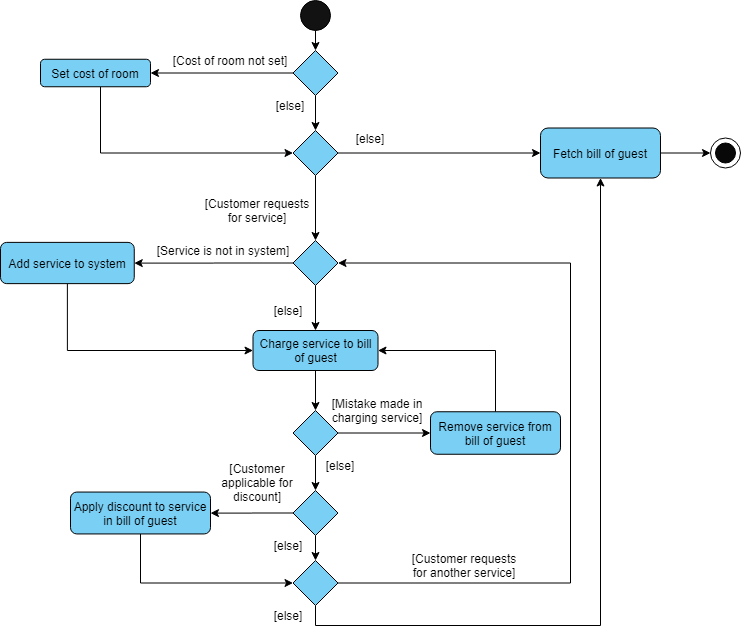
AY1920S2-CS2103T-W13-2/main keeps this draw.io diagram as images/BillingActivityDiagram.png. Above is the earlier version. Source tidied: cells renumbered, new cells last; positions are measured from the earlier drawing's top-left corner, leaving out a move shared by most shapes.
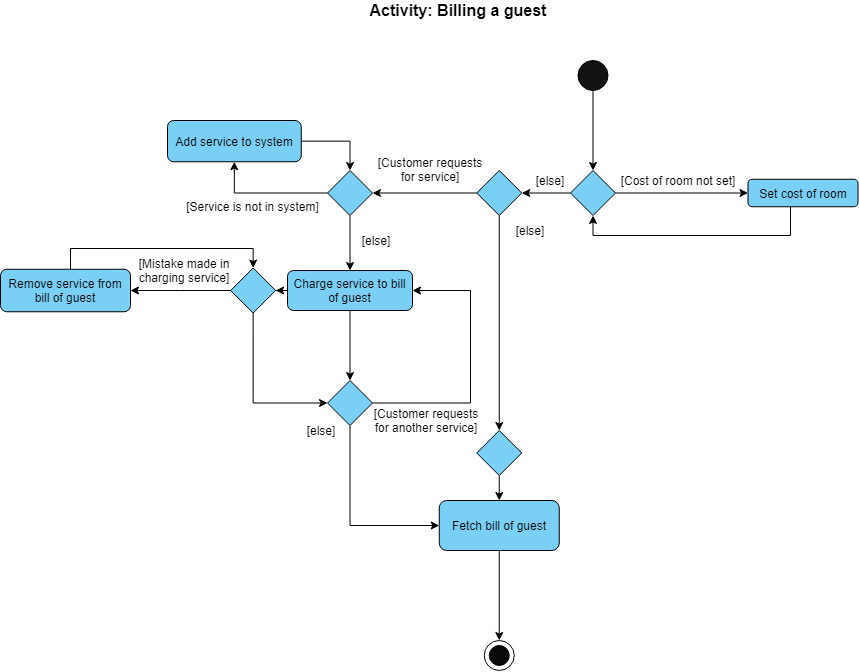
The same file after the commit.

Diff of the diagram source:
```diff
@@ -2,159 +2,153 @@
   <root>
     <mxCell id="0" style="html=1;" />
     <mxCell id="1" style="html=1;" parent="0" />
-    <mxCell id="2" style="edgeStyle=orthogonalEdgeStyle;rounded=0;jettySize=auto;html=1;exitX=0.5;exitY=1;exitDx=0;exitDy=0;entryX=0.5;entryY=0;entryDx=0;entryDy=0;" parent="1" edge="1" source="3" target="6">
+    <mxCell id="2" style="edgeStyle=orthogonalEdgeStyle;rounded=0;jettySize=auto;html=1;" parent="1" edge="1" source="3" target="6">
       <mxGeometry relative="1" as="geometry" />
     </mxCell>
     <mxCell id="3" style="ellipse;whiteSpace=wrap;html=1;fillColor=#121212;" parent="1" vertex="1">
-      <mxGeometry x="300" width="30" height="30" as="geometry" />
+      <mxGeometry x="1017.5" y="90" width="30" height="30" as="geometry" />
     </mxCell>
-    <mxCell id="4" style="edgeStyle=orthogonalEdgeStyle;rounded=0;jettySize=auto;html=1;exitX=0;exitY=0.5;exitDx=0;exitDy=0;entryX=1;entryY=0.5;entryDx=0;entryDy=0;" parent="1" edge="1" source="6" target="8">
+    <mxCell id="4" style="edgeStyle=orthogonalEdgeStyle;rounded=0;jettySize=auto;html=1;exitX=1;exitY=0.5;exitDx=0;exitDy=0;entryX=0;entryY=0.5;entryDx=0;entryDy=0;" parent="1" edge="1" source="6" target="8">
       <mxGeometry relative="1" as="geometry" />
     </mxCell>
-    <mxCell id="5" style="edgeStyle=orthogonalEdgeStyle;rounded=0;jettySize=auto;html=1;exitX=0.5;exitY=1;exitDx=0;exitDy=0;" parent="1" edge="1" source="6" target="11">
+    <mxCell id="5" style="edgeStyle=orthogonalEdgeStyle;rounded=0;jettySize=auto;html=1;entryX=1;entryY=0.5;entryDx=0;entryDy=0;" parent="1" edge="1" source="6" target="11">
       <mxGeometry relative="1" as="geometry" />
     </mxCell>
     <mxCell id="6" style="rhombus;whiteSpace=wrap;html=1;fillColor=#7acff5;" parent="1" vertex="1">
-      <mxGeometry x="292.5" y="50" width="45" height="45" as="geometry" />
+      <mxGeometry x="1010" y="200" width="45" height="45" as="geometry" />
     </mxCell>
-    <mxCell id="7" style="edgeStyle=orthogonalEdgeStyle;rounded=0;jettySize=auto;html=1;entryX=0;entryY=0.5;entryDx=0;entryDy=0;" parent="1" edge="1" source="8" target="11">
-      <mxGeometry relative="1" as="geometry">
-        <Array as="points">
-          <mxPoint x="100" y="153" />
-        </Array>
-      </mxGeometry>
-    </mxCell>
+    <mxCell id="49" style="edgeStyle=orthogonalEdgeStyle;rounded=0;jettySize=auto;html=1;entryX=0.5;entryY=1;entryDx=0;entryDy=0;" parent="1" edge="1" source="8" target="6">
+      <mxGeometry relative="1" as="geometry">
+        <Array as="points">
+          <mxPoint x="1230" y="265" />
+          <mxPoint x="1033" y="265" />
+        </Array>
+      </mxGeometry>
+    </mxCell>
     <mxCell id="8" value="Set cost of room" style="rounded=1;whiteSpace=wrap;html=1;fillColor=#7acff5;" parent="1" vertex="1">
-      <mxGeometry x="40" y="58.8" width="110" height="27.5" as="geometry" />
+      <mxGeometry x="1187.5" y="208.8" width="110" height="27.5" as="geometry" />
     </mxCell>
-    <mxCell id="9" style="edgeStyle=orthogonalEdgeStyle;rounded=0;jettySize=auto;html=1;exitX=0.5;exitY=1;exitDx=0;exitDy=0;entryX=0.5;entryY=0;entryDx=0;entryDy=0;" parent="1" edge="1" source="11" target="17">
+    <mxCell id="9" style="edgeStyle=orthogonalEdgeStyle;rounded=0;jettySize=auto;html=1;exitX=0;exitY=0.5;exitDx=0;exitDy=0;entryX=1;entryY=0.5;entryDx=0;entryDy=0;" parent="1" edge="1" source="11" target="17">
       <mxGeometry relative="1" as="geometry" />
     </mxCell>
-    <mxCell id="10" style="edgeStyle=orthogonalEdgeStyle;rounded=0;jettySize=auto;html=1;exitX=1;exitY=0.5;exitDx=0;exitDy=0;entryX=0;entryY=0.5;entryDx=0;entryDy=0;" parent="1" edge="1" source="11" target="19">
-      <mxGeometry relative="1" as="geometry" />
-    </mxCell>
+    <mxCell id="50" style="edgeStyle=orthogonalEdgeStyle;rounded=0;jettySize=auto;html=1;exitX=0.5;exitY=1;exitDx=0;exitDy=0;entryX=0.5;entryY=0;entryDx=0;entryDy=0;" parent="1" edge="1" source="11" target="57">
+      <mxGeometry relative="1" as="geometry" />
+    </mxCell>
     <mxCell id="11" style="rhombus;whiteSpace=wrap;html=1;fillColor=#7acff5;" parent="1" vertex="1">
-      <mxGeometry x="292.5" y="130" width="45" height="45" as="geometry" />
+      <mxGeometry x="916.2" y="200" width="45" height="45" as="geometry" />
     </mxCell>
     <mxCell id="12" value="[Cost of room not set]" style="text;html=1;strokeColor=none;fillColor=none;align=center;verticalAlign=middle;whiteSpace=wrap;rounded=0;" parent="1" vertex="1">
-      <mxGeometry x="160" y="50" width="140" height="20" as="geometry" />
+      <mxGeometry x="1047.5" y="200" width="140" height="20" as="geometry" />
     </mxCell>
     <mxCell id="13" value="[else]" style="text;html=1;strokeColor=none;fillColor=none;align=center;verticalAlign=middle;whiteSpace=wrap;rounded=0;" parent="1" vertex="1">
-      <mxGeometry x="270" y="95" width="40" height="20" as="geometry" />
+      <mxGeometry x="970" y="200" width="40" height="20" as="geometry" />
     </mxCell>
     <mxCell id="14" style="edgeStyle=orthogonalEdgeStyle;rounded=0;orthogonalLoop=1;jettySize=auto;html=1;exitX=0.5;exitY=1;exitDx=0;exitDy=0;" parent="1" edge="1" source="12" target="12">
       <mxGeometry relative="1" as="geometry" />
     </mxCell>
-    <mxCell id="15" style="edgeStyle=orthogonalEdgeStyle;rounded=0;jettySize=auto;html=1;exitX=0;exitY=0.5;exitDx=0;exitDy=0;" parent="1" edge="1" source="17" target="25">
+    <mxCell id="15" style="edgeStyle=orthogonalEdgeStyle;rounded=0;jettySize=auto;html=1;" parent="1" edge="1" source="17" target="25">
       <mxGeometry relative="1" as="geometry" />
     </mxCell>
     <mxCell id="16" style="edgeStyle=orthogonalEdgeStyle;rounded=0;jettySize=auto;html=1;" parent="1" edge="1" source="17" target="27">
       <mxGeometry relative="1" as="geometry" />
     </mxCell>
     <mxCell id="17" style="rhombus;whiteSpace=wrap;html=1;fillColor=#7acff5;" parent="1" vertex="1">
-      <mxGeometry x="292.5" y="240" width="45" height="45" as="geometry" />
+      <mxGeometry x="767" y="200" width="45" height="45" as="geometry" />
     </mxCell>
-    <mxCell id="18" style="edgeStyle=orthogonalEdgeStyle;rounded=0;jettySize=auto;html=1;entryX=0;entryY=0.5;entryDx=0;entryDy=0;" parent="1" edge="1" source="19" target="22">
+    <mxCell id="18" style="edgeStyle=orthogonalEdgeStyle;rounded=0;jettySize=auto;html=1;exitX=0.5;exitY=1;exitDx=0;exitDy=0;entryX=0.5;entryY=0;entryDx=0;entryDy=0;" parent="1" edge="1" source="19" target="22">
       <mxGeometry relative="1" as="geometry" />
     </mxCell>
     <mxCell id="19" value="Fetch bill of guest" style="rounded=1;whiteSpace=wrap;html=1;fillColor=#7acff5;" parent="1" vertex="1">
-      <mxGeometry x="540" y="127.5" width="120" height="50" as="geometry" />
+      <mxGeometry x="878.8" y="530" width="120" height="50" as="geometry" />
     </mxCell>
     <mxCell id="20" value="[else]" style="text;html=1;strokeColor=none;fillColor=none;align=center;verticalAlign=middle;whiteSpace=wrap;rounded=0;" parent="1" vertex="1">
-      <mxGeometry x="350" y="127.5" width="40" height="20" as="geometry" />
+      <mxGeometry x="950" y="250" width="40" height="20" as="geometry" />
     </mxCell>
     <mxCell id="21" value="[Customer requests for service]" style="text;html=1;strokeColor=none;fillColor=none;align=center;verticalAlign=middle;whiteSpace=wrap;rounded=0;" parent="1" vertex="1">
-      <mxGeometry x="202.5" y="200" width="107.5" height="20" as="geometry" />
+      <mxGeometry x="816.2" y="188.8" width="107.5" height="20" as="geometry" />
     </mxCell>
     <mxCell id="22" style="ellipse;whiteSpace=wrap;html=1;fillColor=#FFFFFF;" parent="1" vertex="1">
-      <mxGeometry x="710" y="137.5" width="30" height="30" as="geometry" />
+      <mxGeometry x="923.8" y="670" width="30" height="30" as="geometry" />
     </mxCell>
     <mxCell id="23" value="[Service is not in system]" style="text;html=1;strokeColor=none;fillColor=none;align=center;verticalAlign=middle;whiteSpace=wrap;rounded=0;" parent="1" vertex="1">
-      <mxGeometry x="137.5" y="240" width="170" height="20" as="geometry" />
+      <mxGeometry x="617" y="226.2" width="151.2" height="18.8" as="geometry" />
     </mxCell>
-    <mxCell id="24" style="edgeStyle=orthogonalEdgeStyle;rounded=0;jettySize=auto;html=1;entryX=0;entryY=0.5;entryDx=0;entryDy=0;exitX=0.5;exitY=1;exitDx=0;exitDy=0;" parent="1" edge="1" source="25" target="27">
-      <mxGeometry relative="1" as="geometry">
-        <Array as="points">
-          <mxPoint x="67" y="350" />
-        </Array>
-      </mxGeometry>
-    </mxCell>
+    <mxCell id="51" style="edgeStyle=orthogonalEdgeStyle;rounded=0;jettySize=auto;html=1;entryX=0.5;entryY=0;entryDx=0;entryDy=0;" parent="1" edge="1" source="25" target="17">
+      <mxGeometry relative="1" as="geometry" />
+    </mxCell>
     <mxCell id="25" value="Add service to system" style="rounded=1;whiteSpace=wrap;html=1;fillColor=#7acff5;" parent="1" vertex="1">
-      <mxGeometry y="241.9" width="133.8" height="41.2" as="geometry" />
+      <mxGeometry x="607" y="150" width="133.8" height="41.2" as="geometry" />
     </mxCell>
-    <mxCell id="26" style="edgeStyle=orthogonalEdgeStyle;rounded=0;jettySize=auto;html=1;exitX=0.5;exitY=1;exitDx=0;exitDy=0;entryX=0.5;entryY=0;entryDx=0;entryDy=0;" parent="1" edge="1" source="27" target="31">
+    <mxCell id="26" style="edgeStyle=orthogonalEdgeStyle;rounded=0;jettySize=auto;html=1;entryX=1;entryY=0.5;entryDx=0;entryDy=0;" parent="1" edge="1" source="27" target="31">
       <mxGeometry relative="1" as="geometry" />
     </mxCell>
+    <mxCell id="52" style="edgeStyle=orthogonalEdgeStyle;rounded=0;jettySize=auto;html=1;exitX=0.5;exitY=0;exitDx=0;exitDy=0;" parent="1" edge="1" source="27" target="60">
+      <mxGeometry relative="1" as="geometry" />
+    </mxCell>
-    <mxCell id="27" value="Charge service to bill of guest" style="rounded=1;whiteSpace=wrap;html=1;fillColor=#7acff5;" parent="1" vertex="1">
-      <mxGeometry x="252.5" y="330" width="125" height="40" as="geometry" />
+    <mxCell id="27" value="Charge service to bill of guest" style="rounded=1;whiteSpace=wrap;html=1;fillColor=#7acff5;direction=west;" parent="1" vertex="1">
+      <mxGeometry x="727" y="300" width="125" height="40" as="geometry" />
     </mxCell>
     <mxCell id="28" value="[else]" style="text;html=1;strokeColor=none;fillColor=none;align=center;verticalAlign=middle;whiteSpace=wrap;rounded=0;" parent="1" vertex="1">
-      <mxGeometry x="267.5" y="300" width="40" height="20" as="geometry" />
+      <mxGeometry x="795.8" y="260" width="40" height="20" as="geometry" />
     </mxCell>
-    <mxCell id="29" style="edgeStyle=orthogonalEdgeStyle;rounded=0;jettySize=auto;html=1;exitX=1;exitY=0.5;exitDx=0;exitDy=0;entryX=0;entryY=0.5;entryDx=0;entryDy=0;" parent="1" edge="1" source="31" target="33">
+    <mxCell id="29" style="edgeStyle=orthogonalEdgeStyle;rounded=0;jettySize=auto;html=1;exitX=0;exitY=0.5;exitDx=0;exitDy=0;" parent="1" edge="1" source="31" target="33">
       <mxGeometry relative="1" as="geometry" />
     </mxCell>
-    <mxCell id="30" style="edgeStyle=orthogonalEdgeStyle;rounded=0;jettySize=auto;html=1;exitX=0.5;exitY=1;exitDx=0;exitDy=0;" parent="1" edge="1" source="31" target="37">
-      <mxGeometry relative="1" as="geometry" />
-    </mxCell>
+    <mxCell id="53" style="edgeStyle=orthogonalEdgeStyle;rounded=0;jettySize=auto;html=1;exitX=0.5;exitY=1;exitDx=0;exitDy=0;entryX=0;entryY=0.5;entryDx=0;entryDy=0;" parent="1" edge="1" source="31" target="60">
+      <mxGeometry relative="1" as="geometry" />
+    </mxCell>
     <mxCell id="31" style="rhombus;whiteSpace=wrap;html=1;fillColor=#7acff5;" parent="1" vertex="1">
-      <mxGeometry x="292.5" y="410" width="45" height="45" as="geometry" />
+      <mxGeometry x="670.1" y="297.5" width="45" height="45" as="geometry" />
     </mxCell>
-    <mxCell id="32" style="edgeStyle=orthogonalEdgeStyle;rounded=0;jettySize=auto;html=1;exitX=0.5;exitY=0;exitDx=0;exitDy=0;entryX=1;entryY=0.5;entryDx=0;entryDy=0;" parent="1" edge="1" source="33" target="27">
-      <mxGeometry relative="1" as="geometry" />
-    </mxCell>
+    <mxCell id="54" style="edgeStyle=orthogonalEdgeStyle;rounded=0;jettySize=auto;html=1;entryX=0.5;entryY=0;entryDx=0;entryDy=0;" parent="1" edge="1" source="33" target="31">
+      <mxGeometry relative="1" as="geometry">
+        <Array as="points">
+          <mxPoint x="510" y="278" />
+          <mxPoint x="693" y="278" />
+        </Array>
+      </mxGeometry>
+    </mxCell>
     <mxCell id="33" value="Remove service from bill of guest" style="rounded=1;whiteSpace=wrap;html=1;fillColor=#7acff5;" parent="1" vertex="1">
-      <mxGeometry x="430" y="411.2" width="130" height="42.5" as="geometry" />
+      <mxGeometry x="440" y="298.8" width="130" height="42.5" as="geometry" />
     </mxCell>
     <mxCell id="34" value="[Mistake made in charging service]" style="text;html=1;strokeColor=none;fillColor=none;align=center;verticalAlign=middle;whiteSpace=wrap;rounded=0;" parent="1" vertex="1">
-      <mxGeometry x="322.5" y="400" width="107.5" height="20" as="geometry" />
+      <mxGeometry x="570" y="290" width="107.5" height="20" as="geometry" />
     </mxCell>
-    <mxCell id="35" style="edgeStyle=orthogonalEdgeStyle;rounded=0;jettySize=auto;html=1;exitX=0;exitY=0.5;exitDx=0;exitDy=0;" parent="1" edge="1" source="37" target="40">
-      <mxGeometry relative="1" as="geometry" />
-    </mxCell>
-    <mxCell id="36" style="edgeStyle=orthogonalEdgeStyle;rounded=0;jettySize=auto;html=1;exitX=0.5;exitY=1;exitDx=0;exitDy=0;entryX=0.5;entryY=0;entryDx=0;entryDy=0;" parent="1" edge="1" source="37" target="43">
-      <mxGeometry relative="1" as="geometry" />
-    </mxCell>
-    <mxCell id="37" style="rhombus;whiteSpace=wrap;html=1;fillColor=#7acff5;" parent="1" vertex="1">
-      <mxGeometry x="292.5" y="490" width="45" height="45" as="geometry" />
-    </mxCell>
-    <mxCell id="38" value="[else]" style="text;html=1;strokeColor=none;fillColor=none;align=center;verticalAlign=middle;whiteSpace=wrap;rounded=0;" parent="1" vertex="1">
-      <mxGeometry x="320" y="455" width="40" height="20" as="geometry" />
-    </mxCell>
-    <mxCell id="39" style="edgeStyle=orthogonalEdgeStyle;rounded=0;jettySize=auto;html=1;exitX=0.5;exitY=1;exitDx=0;exitDy=0;entryX=0;entryY=0.5;entryDx=0;entryDy=0;" parent="1" edge="1" source="40" target="43">
-      <mxGeometry relative="1" as="geometry" />
-    </mxCell>
-    <mxCell id="40" value="Apply discount to service in bill of guest" style="rounded=1;whiteSpace=wrap;html=1;fillColor=#7acff5;" parent="1" vertex="1">
-      <mxGeometry x="70" y="491.6" width="140" height="41.9" as="geometry" />
-    </mxCell>
-    <mxCell id="41" style="edgeStyle=orthogonalEdgeStyle;rounded=0;jettySize=auto;html=1;exitX=1;exitY=0.5;exitDx=0;exitDy=0;entryX=1;entryY=0.5;entryDx=0;entryDy=0;" parent="1" edge="1" source="43" target="17">
-      <mxGeometry relative="1" as="geometry">
-        <Array as="points">
-          <mxPoint x="570" y="583" />
-          <mxPoint x="570" y="263" />
-        </Array>
-      </mxGeometry>
-    </mxCell>
-    <mxCell id="42" style="edgeStyle=orthogonalEdgeStyle;rounded=0;jettySize=auto;html=1;exitX=0.5;exitY=1;exitDx=0;exitDy=0;entryX=0.5;entryY=1;entryDx=0;entryDy=0;" parent="1" edge="1" source="43" target="19">
-      <mxGeometry relative="1" as="geometry" />
-    </mxCell>
-    <mxCell id="43" style="rhombus;whiteSpace=wrap;html=1;fillColor=#7acff5;" parent="1" vertex="1">
-      <mxGeometry x="292.5" y="560" width="45" height="45" as="geometry" />
-    </mxCell>
-    <mxCell id="44" value="[Customer applicable for discount]" style="text;html=1;strokeColor=none;fillColor=none;align=center;verticalAlign=middle;whiteSpace=wrap;rounded=0;" parent="1" vertex="1">
-      <mxGeometry x="202.5" y="471.6" width="107.5" height="20" as="geometry" />
-    </mxCell>
-    <mxCell id="45" value="[else]" style="text;html=1;strokeColor=none;fillColor=none;align=center;verticalAlign=middle;whiteSpace=wrap;rounded=0;" parent="1" vertex="1">
-      <mxGeometry x="267.5" y="535" width="40" height="20" as="geometry" />
-    </mxCell>
     <mxCell id="46" value="[Customer requests for another service]" style="text;html=1;strokeColor=none;fillColor=none;align=center;verticalAlign=middle;whiteSpace=wrap;rounded=0;" parent="1" vertex="1">
-      <mxGeometry x="410" y="555" width="107.5" height="20" as="geometry" />
+      <mxGeometry x="812" y="440" width="107.5" height="20" as="geometry" />
     </mxCell>
-    <mxCell id="47" value="[else]" style="text;html=1;strokeColor=none;fillColor=none;align=center;verticalAlign=middle;whiteSpace=wrap;rounded=0;" parent="1" vertex="1">
-      <mxGeometry x="267.5" y="605" width="40" height="20" as="geometry" />
-    </mxCell>
     <mxCell id="48" style="ellipse;whiteSpace=wrap;html=1;fillColor=#080808;" parent="1" vertex="1">
-      <mxGeometry x="715" y="142.5" width="20" height="20" as="geometry" />
+      <mxGeometry x="928.8" y="675" width="20" height="20" as="geometry" />
     </mxCell>
+    <mxCell id="55" value="[else]" style="text;html=1;strokeColor=none;fillColor=none;align=center;verticalAlign=middle;whiteSpace=wrap;rounded=0;" parent="1" vertex="1">
+      <mxGeometry x="740.8" y="450" width="40" height="20" as="geometry" />
+    </mxCell>
+    <mxCell id="56" style="edgeStyle=orthogonalEdgeStyle;rounded=0;jettySize=auto;html=1;exitX=0.5;exitY=1;exitDx=0;exitDy=0;entryX=0.5;entryY=0;entryDx=0;entryDy=0;" parent="1" edge="1" source="57" target="19">
+      <mxGeometry relative="1" as="geometry" />
+    </mxCell>
+    <mxCell id="57" style="rhombus;whiteSpace=wrap;html=1;fillColor=#7acff5;" parent="1" vertex="1">
+      <mxGeometry x="916.2" y="460" width="45" height="45" as="geometry" />
+    </mxCell>
+    <mxCell id="58" style="edgeStyle=orthogonalEdgeStyle;rounded=0;jettySize=auto;html=1;exitX=1;exitY=0.5;exitDx=0;exitDy=0;entryX=0;entryY=0.5;entryDx=0;entryDy=0;" parent="1" edge="1" source="60" target="27">
+      <mxGeometry relative="1" as="geometry">
+        <Array as="points">
+          <mxPoint x="910" y="433" />
+          <mxPoint x="910" y="320" />
+        </Array>
+      </mxGeometry>
+    </mxCell>
+    <mxCell id="59" style="edgeStyle=orthogonalEdgeStyle;rounded=0;jettySize=auto;html=1;entryX=0;entryY=0.5;entryDx=0;entryDy=0;" parent="1" edge="1" source="60" target="19">
+      <mxGeometry relative="1" as="geometry">
+        <Array as="points">
+          <mxPoint x="790" y="555" />
+        </Array>
+      </mxGeometry>
+    </mxCell>
+    <mxCell id="60" style="rhombus;whiteSpace=wrap;html=1;fillColor=#7acff5;" parent="1" vertex="1">
+      <mxGeometry x="767" y="410" width="45" height="45" as="geometry" />
+    </mxCell>
+    <mxCell id="61" value="&lt;font style=&quot;font-size: 16px&quot;&gt;Activity: Billing a guest&lt;/font&gt;" style="text;html=1;strokeColor=none;fillColor=none;align=center;verticalAlign=middle;whiteSpace=wrap;rounded=0;fontStyle=1;" parent="1" vertex="1">
+      <mxGeometry x="795.8" y="30" width="203.8" height="20" as="geometry" />
+    </mxCell>
   </root>
 </mxGraphModel>
```
